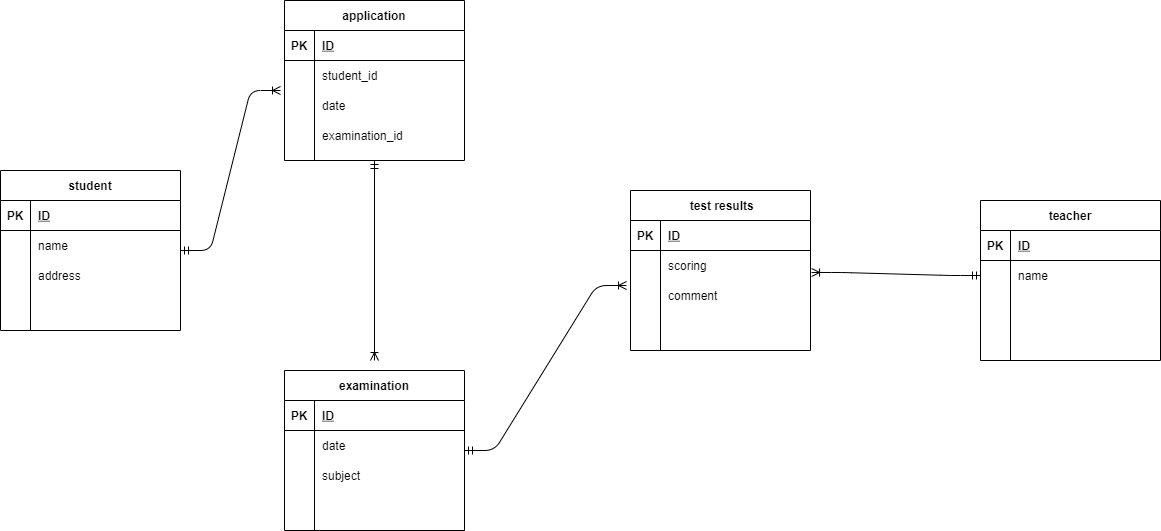
Before: index.drawio.png, a diagram exported from draw.io (nishida-riyo/coachtech-DBER). Source tidied: cells renumbered, new cells last; positions are measured from the earlier drawing's top-left corner, leaving out a move shared by most shapes.
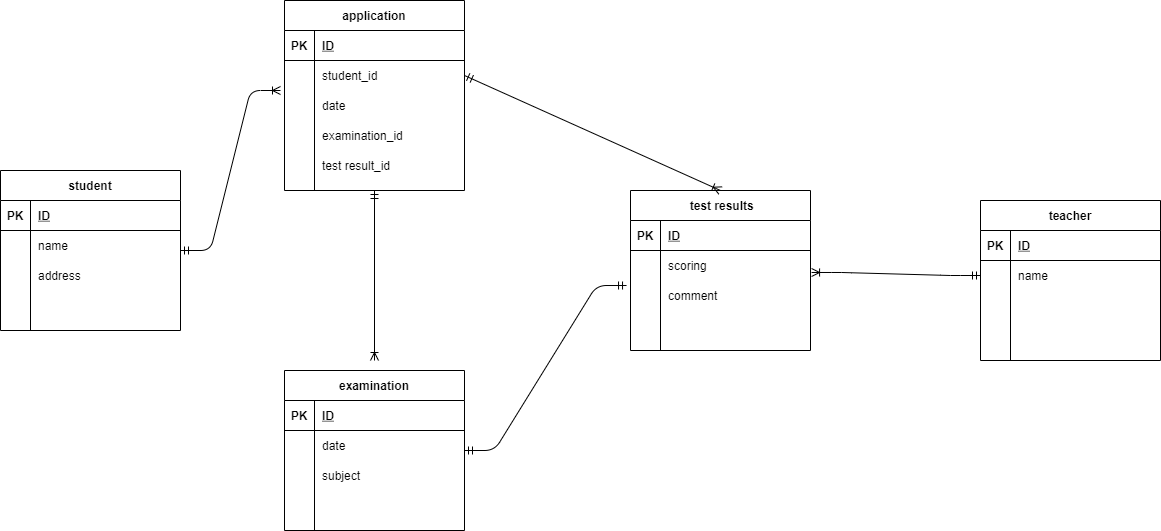
After the change.

Commit message:
データベース演習課題修正

The edit, as a diff of the source:
```diff
@@ -42,7 +42,7 @@
       <mxGeometry x="30" width="150" height="30" as="geometry" />
     </mxCell>
     <mxCell id="15" value="application" style="shape=table;startSize=30;rowLines=0;fontStyle=1;align=center;" parent="1" vertex="1">
-      <mxGeometry x="284" width="180" height="160" as="geometry" />
+      <mxGeometry x="284" width="180" height="190" as="geometry" />
     </mxCell>
     <mxCell id="16" style="shape=partialRectangle;fillColor=none;top=0;left=0;bottom=1;right=0;" parent="15" vertex="1">
       <mxGeometry y="30" width="180" height="30" as="geometry" />
@@ -80,6 +80,15 @@
     <mxCell id="27" value="examination_id" style="shape=partialRectangle;fillColor=none;top=0;left=0;bottom=0;right=0;align=left;spacingLeft=6;overflow=hidden;" parent="25" vertex="1">
       <mxGeometry x="30" width="150" height="30" as="geometry" />
     </mxCell>
+    <mxCell id="71" style="shape=partialRectangle;fillColor=none;top=0;left=0;bottom=0;right=0;" parent="15" vertex="1">
+      <mxGeometry y="150" width="180" height="30" as="geometry" />
+    </mxCell>
+    <mxCell id="72" style="shape=partialRectangle;fillColor=none;top=0;left=0;bottom=0;right=0;overflow=hidden;" parent="71" vertex="1">
+      <mxGeometry width="30" height="30" as="geometry" />
+    </mxCell>
+    <mxCell id="73" value="test result_id" style="shape=partialRectangle;fillColor=none;top=0;left=0;bottom=0;right=0;align=left;spacingLeft=6;overflow=hidden;" parent="71" vertex="1">
+      <mxGeometry x="30" width="150" height="30" as="geometry" />
+    </mxCell>
     <mxCell id="28" value="examination" style="shape=table;startSize=30;rowLines=0;fontStyle=1;align=center;" parent="1" vertex="1">
       <mxGeometry x="284" y="370" width="180" height="160" as="geometry" />
     </mxCell>
@@ -206,7 +215,7 @@
     <mxCell id="68" style="edgeStyle=entityRelationEdgeStyle;fontSize=12;html=1;endArrow=ERmandOne;startArrow=ERoneToMany;exitX=1.006;exitY=0.733;exitDx=0;exitDy=0;endFill=0;startFill=0;exitPerimeter=0;entryX=0;entryY=0.5;entryDx=0;entryDy=0;" parent="1" edge="1" source="59" target="45">
       <mxGeometry relative="1" as="geometry" />
     </mxCell>
-    <mxCell id="69" style="edgeStyle=entityRelationEdgeStyle;fontSize=12;html=1;endArrow=ERoneToMany;startArrow=ERmandOne;entryX=-0.022;entryY=0.167;entryDx=0;entryDy=0;entryPerimeter=0;startFill=0;endFill=0;" parent="1" edge="1" target="62">
+    <mxCell id="69" style="edgeStyle=entityRelationEdgeStyle;fontSize=12;html=1;endArrow=ERmandOne;startArrow=ERmandOne;entryX=-0.022;entryY=0.167;entryDx=0;entryDy=0;entryPerimeter=0;startFill=0;endFill=0;" parent="1" edge="1" target="62">
       <mxGeometry relative="1" as="geometry">
         <mxPoint x="464" y="450" as="sourcePoint" />
       </mxGeometry>
@@ -216,5 +225,8 @@
         <mxPoint x="374" y="360" as="sourcePoint" />
       </mxGeometry>
     </mxCell>
+    <mxCell id="74" style="fontSize=12;html=1;endArrow=ERmandOne;startArrow=ERoneToMany;entryX=1;entryY=0.5;entryDx=0;entryDy=0;exitX=0.5;exitY=0;exitDx=0;exitDy=0;endFill=0;startFill=0;" parent="1" edge="1" source="55" target="19">
+      <mxGeometry relative="1" as="geometry" />
+    </mxCell>
   </root>
 </mxGraphModel>
```
